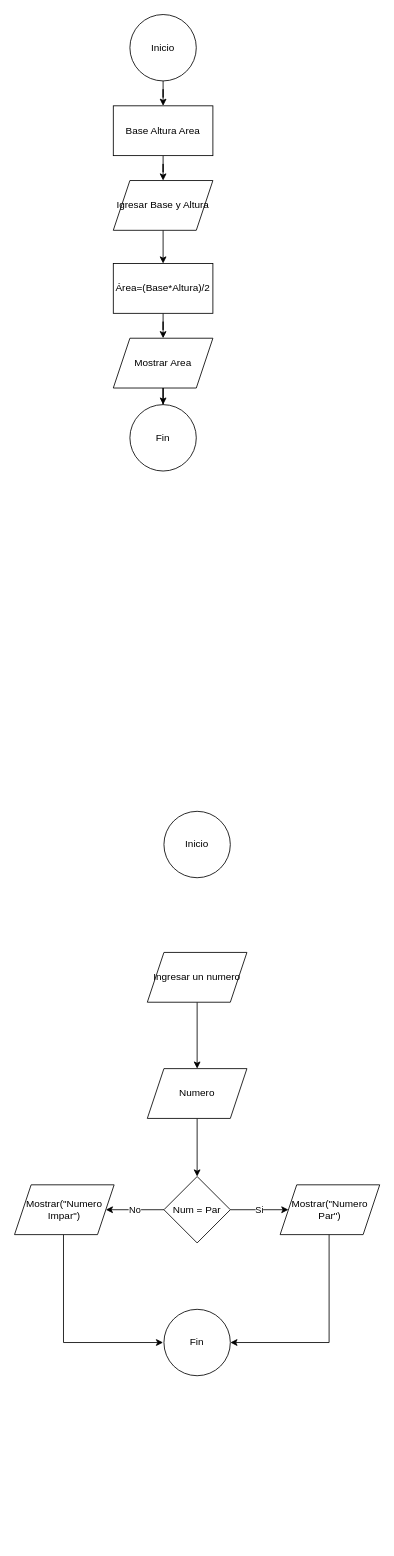
SebastianY2007/icc-pro-01-practicaGit keeps this draw.io diagram as Diagrama sin título.drawio. Above is the earlier version. Source tidied: cells renumbered, new cells numbered last; positions are measured from the earlier drawing's top-left corner, leaving out a move shared by most shapes. Both pictures are drawn from the tidied source at 83%, with x=0, y=0 at pixel (14, 14).
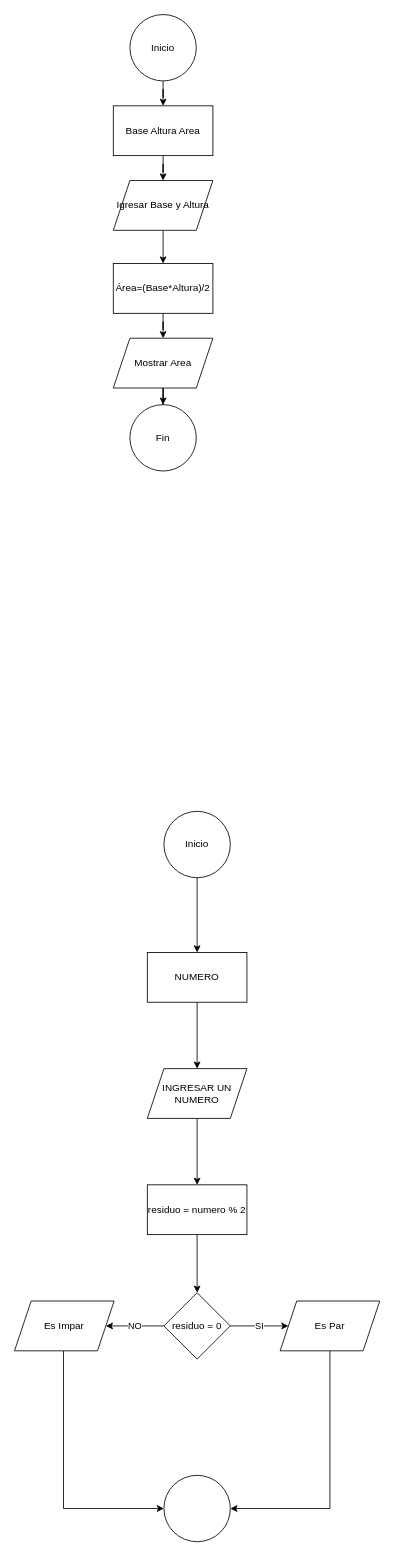
The same diagram, later.

Unchanged cells that the change refers to:
```xml
<mxCell id="13" value="Inicio" style="ellipse;whiteSpace=wrap;html=1;" parent="1" vertex="1">
  <mxGeometry x="180" y="960" width="80" height="80" as="geometry" />
</mxCell>
```

Change to the diagram source:
```diff
@@
+    <mxCell id="26" style="edgeStyle=orthogonalEdgeStyle;rounded=0;jettySize=auto;html=1;" parent="1" edge="1" source="13" target="28">
+      <mxGeometry relative="1" as="geometry" />
+    </mxCell>
@@
-    <mxCell id="14" style="edgeStyle=orthogonalEdgeStyle;rounded=0;jettySize=auto;html=1;" parent="1" edge="1" source="15" target="17">
-      <mxGeometry relative="1" as="geometry" />
-    </mxCell>
-    <mxCell id="15" value="Ingresar un numero" style="shape=parallelogram;perimeter=parallelogramPerimeter;whiteSpace=wrap;html=1;fixedSize=1;" parent="1" vertex="1">
-      <mxGeometry x="160" y="1130" width="120" height="60" as="geometry" />
-    </mxCell>
-    <mxCell id="16" style="edgeStyle=orthogonalEdgeStyle;rounded=0;jettySize=auto;html=1;" parent="1" edge="1" source="17" target="20">
-      <mxGeometry relative="1" as="geometry" />
-    </mxCell>
-    <mxCell id="17" value="Numero" style="shape=parallelogram;perimeter=parallelogramPerimeter;whiteSpace=wrap;html=1;fixedSize=1;" parent="1" vertex="1">
-      <mxGeometry x="160" y="1270" width="120" height="60" as="geometry" />
-    </mxCell>
-    <mxCell id="18" value="Si" style="edgeStyle=orthogonalEdgeStyle;rounded=0;jettySize=auto;html=1;" parent="1" edge="1" source="20" target="22">
-      <mxGeometry relative="1" as="geometry" />
-    </mxCell>
-    <mxCell id="19" value="No" style="edgeStyle=orthogonalEdgeStyle;rounded=0;jettySize=auto;html=1;" parent="1" edge="1" source="20" target="24">
-      <mxGeometry relative="1" as="geometry" />
-    </mxCell>
-    <mxCell id="20" value="Num = Par" style="rhombus;whiteSpace=wrap;html=1;" parent="1" vertex="1">
-      <mxGeometry x="180" y="1400" width="80" height="80" as="geometry" />
-    </mxCell>
-    <mxCell id="21" style="edgeStyle=orthogonalEdgeStyle;rounded=0;jettySize=auto;html=1;entryX=1;entryY=0.5;entryDx=0;entryDy=0;" parent="1" edge="1" source="22" target="25">
-      <mxGeometry relative="1" as="geometry">
-        <Array as="points">
-          <mxPoint x="379" y="1600" />
-        </Array>
-      </mxGeometry>
-    </mxCell>
-    <mxCell id="22" value="Mostrar(&quot;Numero Par&quot;)" style="shape=parallelogram;perimeter=parallelogramPerimeter;whiteSpace=wrap;html=1;fixedSize=1;" parent="1" vertex="1">
-      <mxGeometry x="320" y="1410" width="120" height="60" as="geometry" />
-    </mxCell>
-    <mxCell id="23" style="edgeStyle=orthogonalEdgeStyle;rounded=0;jettySize=auto;html=1;" parent="1" edge="1" source="24">
-      <mxGeometry relative="1" as="geometry">
-        <mxPoint x="179" y="1600" as="targetPoint" />
-        <Array as="points">
-          <mxPoint x="59" y="1600" />
-        </Array>
-      </mxGeometry>
-    </mxCell>
-    <mxCell id="24" value="Mostrar(&quot;Numero Impar&quot;)" style="shape=parallelogram;perimeter=parallelogramPerimeter;whiteSpace=wrap;html=1;fixedSize=1;" parent="1" vertex="1">
-      <mxGeometry y="1410" width="120" height="60" as="geometry" />
-    </mxCell>
-    <mxCell id="25" value="Fin" style="ellipse;whiteSpace=wrap;html=1;" parent="1" vertex="1">
-      <mxGeometry x="180" y="1560" width="80" height="80" as="geometry" />
-    </mxCell>
+    <mxCell id="27" style="edgeStyle=orthogonalEdgeStyle;rounded=0;jettySize=auto;html=1;" parent="1" edge="1" source="28" target="30">
+      <mxGeometry relative="1" as="geometry" />
+    </mxCell>
+    <mxCell id="28" value="NUMERO" style="whiteSpace=wrap;html=1;" parent="1" vertex="1">
+      <mxGeometry x="160" y="1130" width="120" height="60" as="geometry" />
+    </mxCell>
+    <mxCell id="29" style="edgeStyle=orthogonalEdgeStyle;rounded=0;jettySize=auto;html=1;" parent="1" edge="1" source="30" target="32">
+      <mxGeometry relative="1" as="geometry" />
+    </mxCell>
+    <mxCell id="30" value="INGRESAR UN NUMERO" style="shape=parallelogram;perimeter=parallelogramPerimeter;whiteSpace=wrap;html=1;fixedSize=1;" parent="1" vertex="1">
+      <mxGeometry x="160" y="1270" width="120" height="60" as="geometry" />
+    </mxCell>
+    <mxCell id="31" style="edgeStyle=orthogonalEdgeStyle;rounded=0;jettySize=auto;html=1;" parent="1" edge="1" source="32" target="35">
+      <mxGeometry relative="1" as="geometry" />
+    </mxCell>
+    <mxCell id="32" value="residuo = numero % 2" style="whiteSpace=wrap;html=1;" parent="1" vertex="1">
+      <mxGeometry x="160" y="1410" width="120" height="60" as="geometry" />
+    </mxCell>
+    <mxCell id="33" value="NO" style="edgeStyle=orthogonalEdgeStyle;rounded=0;jettySize=auto;html=1;" parent="1" edge="1" source="35" target="37">
+      <mxGeometry relative="1" as="geometry" />
+    </mxCell>
+    <mxCell id="34" value="SI" style="edgeStyle=orthogonalEdgeStyle;rounded=0;jettySize=auto;html=1;" parent="1" edge="1" source="35" target="39">
+      <mxGeometry relative="1" as="geometry" />
+    </mxCell>
+    <mxCell id="35" value="residuo = 0" style="rhombus;whiteSpace=wrap;html=1;" parent="1" vertex="1">
+      <mxGeometry x="180" y="1540" width="80" height="80" as="geometry" />
+    </mxCell>
+    <mxCell id="36" style="edgeStyle=orthogonalEdgeStyle;rounded=0;jettySize=auto;html=1;" parent="1" edge="1" source="37" target="40">
+      <mxGeometry relative="1" as="geometry">
+        <Array as="points">
+          <mxPoint x="59" y="1800" />
+        </Array>
+      </mxGeometry>
+    </mxCell>
+    <mxCell id="37" value="Es Impar" style="shape=parallelogram;perimeter=parallelogramPerimeter;whiteSpace=wrap;html=1;fixedSize=1;" parent="1" vertex="1">
+      <mxGeometry y="1550" width="120" height="60" as="geometry" />
+    </mxCell>
+    <mxCell id="38" style="edgeStyle=orthogonalEdgeStyle;rounded=0;jettySize=auto;html=1;exitX=0.5;exitY=1;exitDx=0;exitDy=0;entryX=1;entryY=0.5;entryDx=0;entryDy=0;" parent="1" edge="1" source="39" target="40">
+      <mxGeometry relative="1" as="geometry" />
+    </mxCell>
+    <mxCell id="39" value="Es Par" style="shape=parallelogram;perimeter=parallelogramPerimeter;whiteSpace=wrap;html=1;fixedSize=1;" parent="1" vertex="1">
+      <mxGeometry x="320" y="1550" width="120" height="60" as="geometry" />
+    </mxCell>
+    <mxCell id="40" style="ellipse;whiteSpace=wrap;html=1;" parent="1" vertex="1">
+      <mxGeometry x="180" y="1760" width="80" height="80" as="geometry" />
+    </mxCell>
```
